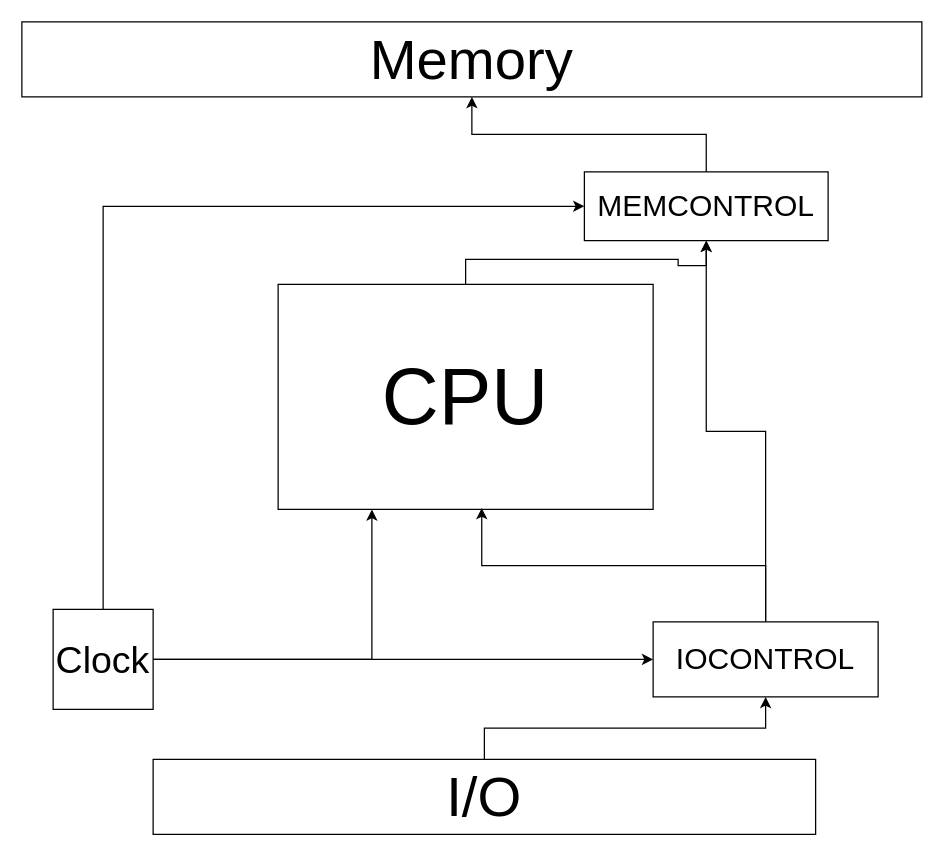
The draw.io diagram RM/RM_Architecture.drawio in lume/MIF_OS, before the edit. Source tidied: cells renumbered, new cells numbered last; positions are measured from the earlier drawing's top-left corner, leaving out a move shared by most shapes. Both pictures are drawn from the tidied source at 125%, with x=0, y=0 at pixel (21, 21).
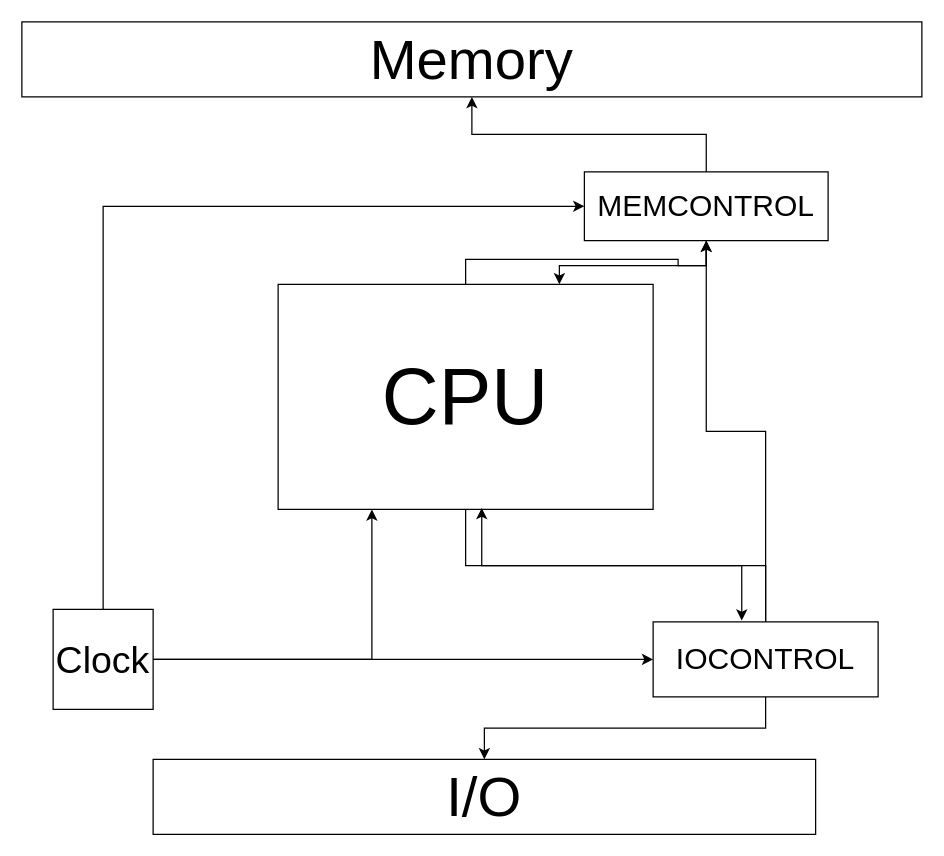
The same diagram, later.

The edit, as a diff of the source:
```diff
@@
 <mxGraphModel>
   <root>
     <mxCell id="0" />
     <mxCell id="1" parent="0" />
     <mxCell id="2" style="edgeStyle=orthogonalEdgeStyle;rounded=0;jettySize=auto;html=1;" parent="1" edge="1" source="3" target="15">
       <mxGeometry relative="1" as="geometry" />
     </mxCell>
+    <mxCell id="16" style="edgeStyle=orthogonalEdgeStyle;rounded=0;jettySize=auto;html=1;entryX=0.394;entryY=-0.017;entryDx=0;entryDy=0;entryPerimeter=0;" parent="1" edge="1" source="3" target="13">
+      <mxGeometry relative="1" as="geometry" />
+    </mxCell>
     <mxCell id="3" value="&lt;font style=&quot;font-size: 63px&quot;&gt;CPU&lt;/font&gt;" style="rounded=0;whiteSpace=wrap;html=1;" parent="1" vertex="1">
       <mxGeometry x="205" y="210" width="300" height="180" as="geometry" />
     </mxCell>
     <mxCell id="4" value="&lt;span style=&quot;font-size: 45px&quot;&gt;Memory&lt;/span&gt;" style="rounded=0;whiteSpace=wrap;html=1;" parent="1" vertex="1">
       <mxGeometry width="720" height="60" as="geometry" />
     </mxCell>
     <mxCell id="5" style="edgeStyle=orthogonalEdgeStyle;rounded=0;jettySize=auto;html=1;entryX=0.25;entryY=1;entryDx=0;entryDy=0;" parent="1" edge="1" source="8" target="3">
       <mxGeometry relative="1" as="geometry" />
     </mxCell>
     <mxCell id="6" style="edgeStyle=orthogonalEdgeStyle;rounded=0;jettySize=auto;html=1;" parent="1" edge="1" source="8" target="13">
       <mxGeometry relative="1" as="geometry" />
     </mxCell>
     <mxCell id="7" style="edgeStyle=orthogonalEdgeStyle;rounded=0;jettySize=auto;html=1;entryX=0;entryY=0.5;entryDx=0;entryDy=0;" parent="1" edge="1" source="8" target="15">
       <mxGeometry relative="1" as="geometry">
         <Array as="points">
           <mxPoint x="65" y="148" />
         </Array>
       </mxGeometry>
     </mxCell>
     <mxCell id="8" value="&lt;font style=&quot;font-size: 30px&quot;&gt;Clock&lt;/font&gt;" style="whiteSpace=wrap;html=1;" parent="1" vertex="1">
       <mxGeometry x="25" y="470" width="80" height="80" as="geometry" />
     </mxCell>
-    <mxCell id="9" style="edgeStyle=orthogonalEdgeStyle;rounded=0;jettySize=auto;html=1;entryX=0.5;entryY=1;entryDx=0;entryDy=0;" parent="1" edge="1" source="10" target="13">
-      <mxGeometry relative="1" as="geometry" />
-    </mxCell>
     <mxCell id="10" value="&lt;font style=&quot;font-size: 45px&quot;&gt;I/O&lt;/font&gt;" style="rounded=0;whiteSpace=wrap;html=1;" parent="1" vertex="1">
       <mxGeometry x="105" y="590" width="530" height="60" as="geometry" />
     </mxCell>
     <mxCell id="11" style="edgeStyle=orthogonalEdgeStyle;rounded=0;jettySize=auto;html=1;entryX=0.543;entryY=0.994;entryDx=0;entryDy=0;entryPerimeter=0;" parent="1" edge="1" source="13" target="3">
       <mxGeometry relative="1" as="geometry" />
     </mxCell>
     <mxCell id="12" style="edgeStyle=orthogonalEdgeStyle;rounded=0;jettySize=auto;html=1;" parent="1" edge="1" source="13" target="15">
       <mxGeometry relative="1" as="geometry" />
     </mxCell>
+    <mxCell id="17" style="edgeStyle=orthogonalEdgeStyle;rounded=0;jettySize=auto;html=1;entryX=0.5;entryY=0;entryDx=0;entryDy=0;" parent="1" edge="1" source="13" target="10">
+      <mxGeometry relative="1" as="geometry" />
+    </mxCell>
     <mxCell id="13" value="&lt;font style=&quot;font-size: 24px&quot;&gt;IOCONTROL&lt;/font&gt;" style="rounded=0;whiteSpace=wrap;html=1;" parent="1" vertex="1">
       <mxGeometry x="505" y="480" width="180" height="60" as="geometry" />
     </mxCell>
     <mxCell id="14" style="edgeStyle=orthogonalEdgeStyle;rounded=0;jettySize=auto;html=1;" parent="1" edge="1" source="15" target="4">
       <mxGeometry relative="1" as="geometry" />
     </mxCell>
+    <mxCell id="18" style="edgeStyle=orthogonalEdgeStyle;rounded=0;jettySize=auto;html=1;entryX=0.75;entryY=0;entryDx=0;entryDy=0;" parent="1" edge="1" source="15" target="3">
+      <mxGeometry relative="1" as="geometry" />
+    </mxCell>
     <mxCell id="15" value="&lt;font style=&quot;font-size: 24px&quot;&gt;MEMCONTROL&lt;/font&gt;" style="rounded=0;whiteSpace=wrap;html=1;" parent="1" vertex="1">
       <mxGeometry x="450" y="120" width="195" height="55" as="geometry" />
     </mxCell>
   </root>
 </mxGraphModel>
```
